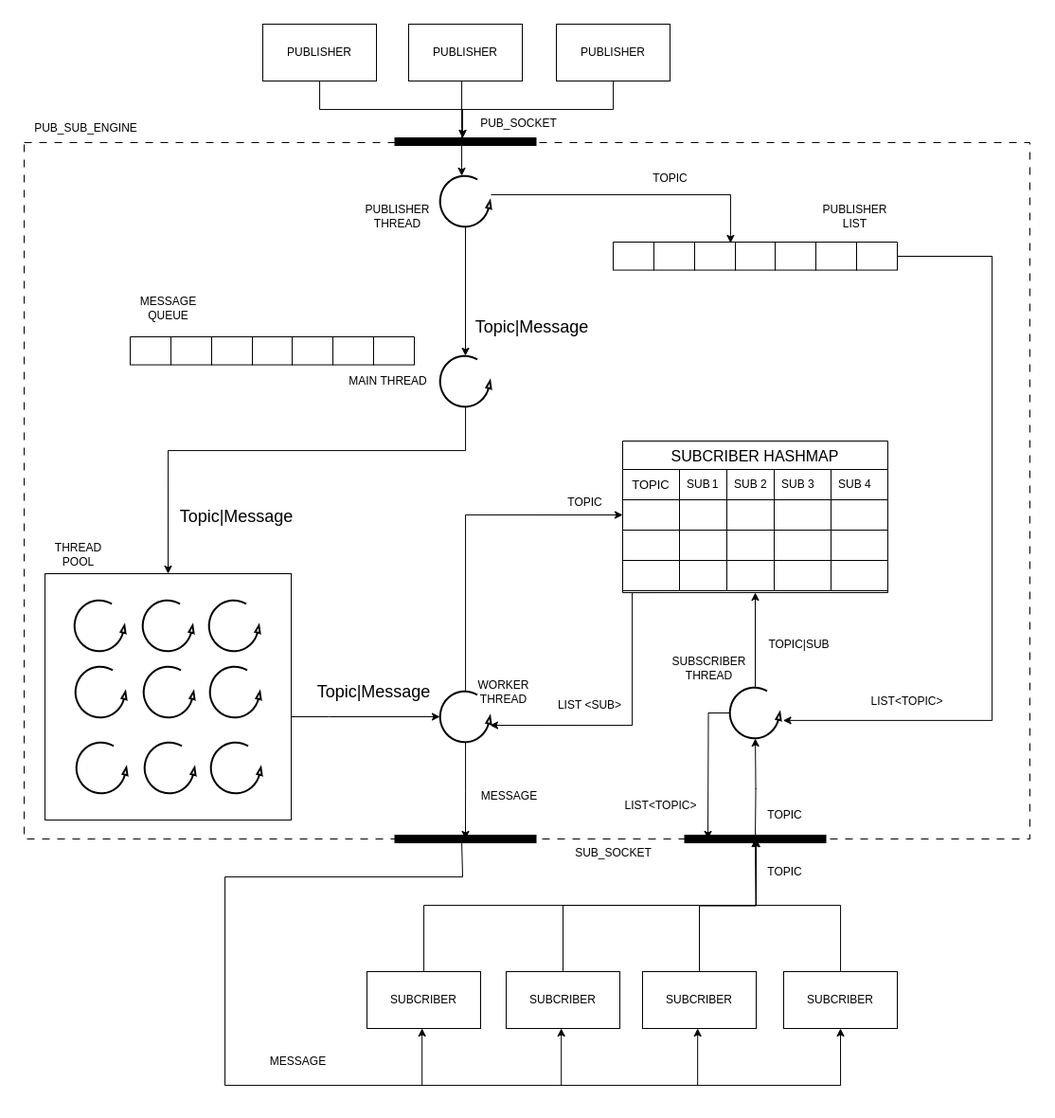
pikacxe/IKPProjekat keeps this draw.io diagram as Documents/Diagram.png. Above is the earlier version. Source tidied: cells renumbered, new cells last; positions are measured from the earlier drawing's top-left corner, leaving out a move shared by most shapes.
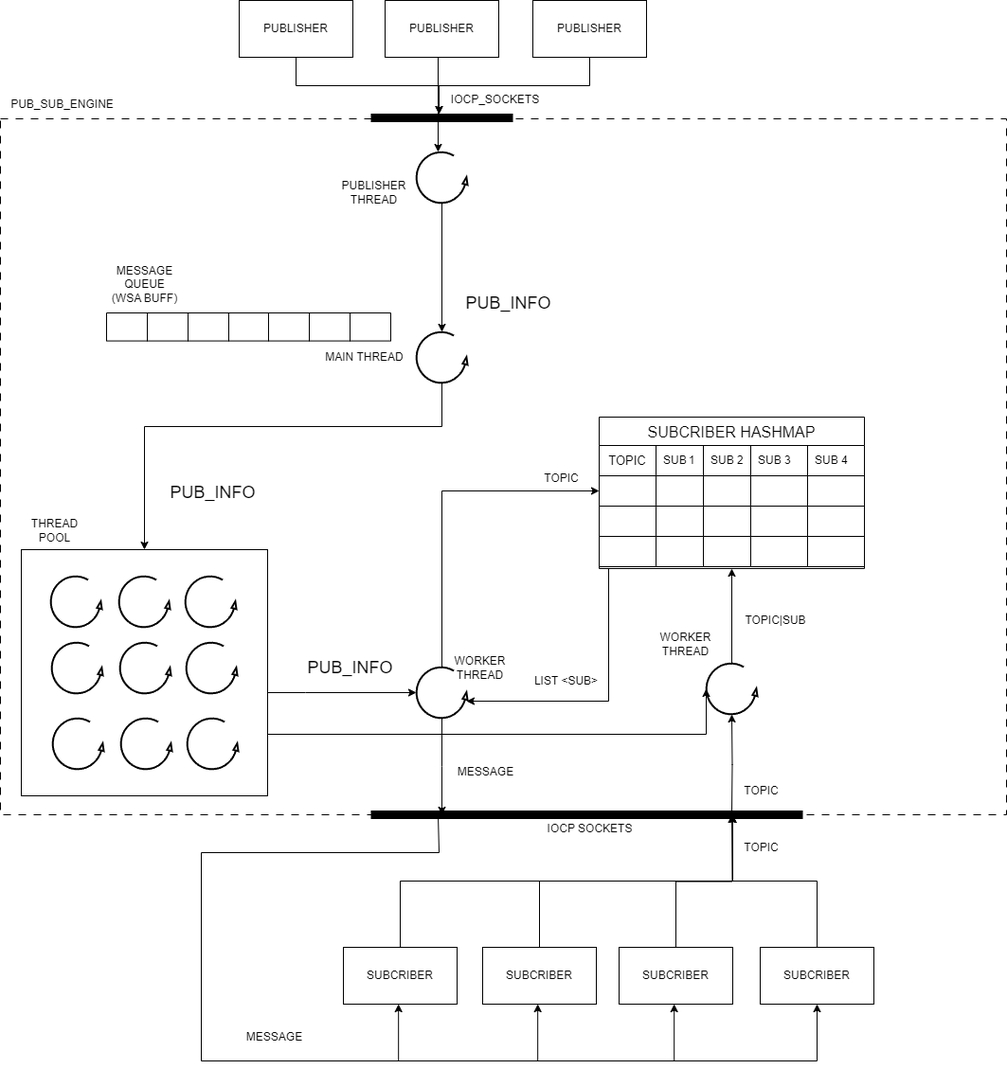
The same file after the commit.

Commit message:
List now cleans head and tail properly. Add updated flow diagram.

The edit, as a diff of the source:
```diff
@@ -62,6 +62,13 @@
         </Array>
       </mxGeometry>
     </mxCell>
+    <mxCell id="117" style="edgeStyle=orthogonalEdgeStyle;rounded=0;jettySize=auto;html=1;exitX=1;exitY=0.75;exitDx=0;exitDy=0;entryX=0;entryY=0.5;entryDx=0;entryDy=0;" parent="1" edge="1" source="14" target="89">
+      <mxGeometry relative="1" as="geometry">
+        <Array as="points">
+          <mxPoint x="745" y="775" />
+        </Array>
+      </mxGeometry>
+    </mxCell>
     <mxCell id="14" style="rounded=0;whiteSpace=wrap;html=1;" parent="1" vertex="1">
       <mxGeometry x="22" y="580" width="260" height="260" as="geometry" />
     </mxCell>
@@ -95,36 +102,6 @@
     <mxCell id="24" style="verticalLabelPosition=bottom;html=1;verticalAlign=top;strokeWidth=2;shape=mxgraph.lean_mapping.physical_pull;" parent="1" vertex="1">
       <mxGeometry x="197" y="758" width="54" height="54" as="geometry" />
     </mxCell>
-    <mxCell id="25" style="shape=table;startSize=0;fontSize=16;" parent="1" vertex="1">
-      <mxGeometry x="622" y="230" width="300" height="29.6" as="geometry" />
-    </mxCell>
-    <mxCell id="26" style="shape=tableRow;horizontal=0;startSize=0;swimlaneHead=0;swimlaneBody=0;strokeColor=inherit;top=0;left=0;bottom=0;right=0;fillColor=none;points=[[0,0.5],[1,0.5]];portConstraint=eastwest;fontSize=16;" parent="25" vertex="1">
-      <mxGeometry width="300" height="30" as="geometry" />
-    </mxCell>
-    <mxCell id="27" style="shape=partialRectangle;html=1;whiteSpace=wrap;strokeColor=inherit;overflow=hidden;fillColor=none;top=0;left=0;bottom=0;right=0;fontSize=16;" parent="26" vertex="1">
-      <mxGeometry width="43" height="30" as="geometry" />
-    </mxCell>
-    <mxCell id="28" style="shape=partialRectangle;html=1;whiteSpace=wrap;strokeColor=inherit;overflow=hidden;fillColor=none;top=0;left=0;bottom=0;right=0;fontSize=16;" parent="26" vertex="1">
-      <mxGeometry x="43" width="43" height="30" as="geometry" />
-    </mxCell>
-    <mxCell id="29" style="shape=partialRectangle;html=1;whiteSpace=wrap;strokeColor=inherit;overflow=hidden;fillColor=none;top=0;left=0;bottom=0;right=0;fontSize=16;" parent="26" vertex="1">
-      <mxGeometry x="86" width="43" height="30" as="geometry" />
-    </mxCell>
-    <mxCell id="30" style="shape=partialRectangle;html=1;whiteSpace=wrap;strokeColor=inherit;overflow=hidden;fillColor=none;top=0;left=0;bottom=0;right=0;fontSize=16;" parent="26" vertex="1">
-      <mxGeometry x="129" width="42" height="30" as="geometry" />
-    </mxCell>
-    <mxCell id="31" style="shape=partialRectangle;html=1;whiteSpace=wrap;strokeColor=inherit;overflow=hidden;fillColor=none;top=0;left=0;bottom=0;right=0;fontSize=16;" parent="26" vertex="1">
-      <mxGeometry x="171" width="43" height="30" as="geometry" />
-    </mxCell>
-    <mxCell id="32" style="shape=partialRectangle;html=1;whiteSpace=wrap;strokeColor=inherit;overflow=hidden;fillColor=none;top=0;left=0;bottom=0;right=0;fontSize=16;" parent="26" vertex="1">
-      <mxGeometry x="214" width="43" height="30" as="geometry" />
-    </mxCell>
-    <mxCell id="33" style="shape=partialRectangle;html=1;whiteSpace=wrap;strokeColor=inherit;overflow=hidden;fillColor=none;top=0;left=0;bottom=0;right=0;fontSize=16;" parent="26" vertex="1">
-      <mxGeometry x="257" width="43" height="30" as="geometry" />
-    </mxCell>
-    <mxCell id="34" value="PUBLISHER&lt;br&gt;LIST" style="text;html=1;align=center;verticalAlign=middle;strokeColor=none;fillColor=none;" parent="1" vertex="1">
-      <mxGeometry x="832" y="183" width="90" height="40" as="geometry" />
-    </mxCell>
     <mxCell id="35" style="edgeStyle=orthogonalEdgeStyle;rounded=0;jettySize=auto;html=1;entryX=0.5;entryY=0;entryDx=0;entryDy=0;" parent="1" edge="1" source="36" target="14">
       <mxGeometry relative="1" as="geometry">
         <Array as="points">
@@ -214,10 +191,10 @@
     <mxCell id="62" value="MAIN THREAD" style="text;html=1;align=center;verticalAlign=middle;strokeColor=none;fillColor=none;" parent="1" vertex="1">
       <mxGeometry x="329" y="362" width="110" height="30" as="geometry" />
     </mxCell>
-    <mxCell id="63" value="&lt;font style=&quot;font-size: 18px;&quot;&gt;Topic|Message&lt;/font&gt;" style="text;html=1;align=center;verticalAlign=middle;strokeColor=none;fillColor=none;" parent="1" vertex="1">
-      <mxGeometry x="466" y="300" width="140" height="40" as="geometry" />
+    <mxCell id="63" value="&lt;font style=&quot;font-size: 18px;&quot;&gt;PUB_INFO&lt;/font&gt;" style="text;html=1;align=center;verticalAlign=middle;strokeColor=none;fillColor=none;" parent="1" vertex="1">
+      <mxGeometry x="481" y="300" width="110" height="40" as="geometry" />
     </mxCell>
-    <mxCell id="64" style="edgeStyle=orthogonalEdgeStyle;rounded=0;jettySize=auto;html=1;entryX=0;entryY=0.5;entryDx=0;entryDy=0;" parent="1" edge="1" source="67" target="x">
+    <mxCell id="64" style="edgeStyle=orthogonalEdgeStyle;rounded=0;jettySize=auto;html=1;entryX=0;entryY=0.5;entryDx=0;entryDy=0;" parent="1" edge="1" source="67">
       <mxGeometry relative="1" as="geometry" />
     </mxCell>
     <mxCell id="65" style="edgeStyle=orthogonalEdgeStyle;rounded=0;jettySize=auto;html=1;" parent="1" edge="1" source="67">
@@ -234,11 +211,11 @@
     <mxCell id="68" value="WORKER&lt;br&gt;THREAD" style="text;html=1;align=center;verticalAlign=middle;strokeColor=none;fillColor=none;" parent="1" vertex="1">
       <mxGeometry x="466" y="685" width="80" height="40" as="geometry" />
     </mxCell>
-    <mxCell id="69" value="&lt;font style=&quot;font-size: 18px;&quot;&gt;Topic|Message&lt;/font&gt;" style="text;html=1;align=center;verticalAlign=middle;strokeColor=none;fillColor=none;" parent="1" vertex="1">
-      <mxGeometry x="154" y="500" width="140" height="40" as="geometry" />
+    <mxCell id="69" value="&lt;font style=&quot;font-size: 18px;&quot;&gt;PUB_INFO&lt;/font&gt;" style="text;html=1;align=center;verticalAlign=middle;strokeColor=none;fillColor=none;" parent="1" vertex="1">
+      <mxGeometry x="169" y="500" width="110" height="40" as="geometry" />
     </mxCell>
-    <mxCell id="70" value="&lt;font style=&quot;font-size: 18px;&quot;&gt;Topic|Message&lt;/font&gt;" style="text;html=1;align=center;verticalAlign=middle;strokeColor=none;fillColor=none;" parent="1" vertex="1">
-      <mxGeometry x="299" y="685" width="140" height="40" as="geometry" />
+    <mxCell id="70" value="&lt;font style=&quot;font-size: 18px;&quot;&gt;PUB_INFO&lt;/font&gt;" style="text;html=1;align=center;verticalAlign=middle;strokeColor=none;fillColor=none;" parent="1" vertex="1">
+      <mxGeometry x="314" y="685" width="110" height="40" as="geometry" />
     </mxCell>
     <mxCell id="71" value="TOPIC" style="text;html=1;align=center;verticalAlign=middle;strokeColor=none;fillColor=none;" parent="1" vertex="1">
       <mxGeometry x="562" y="490" width="60" height="30" as="geometry" />
@@ -252,19 +229,9 @@
     <mxCell id="73" style="endArrow=none;html=1;rounded=0;strokeWidth=9;" parent="1" edge="1">
       <mxGeometry relative="1" as="geometry">
         <mxPoint x="391" y="860" as="sourcePoint" />
-        <mxPoint x="541" y="860" as="targetPoint" />
+        <mxPoint x="702" y="860" as="targetPoint" />
       </mxGeometry>
     </mxCell>
-    <mxCell id="74" style="edgeStyle=orthogonalEdgeStyle;rounded=0;jettySize=auto;html=1;entryX=0.413;entryY=0.033;entryDx=0;entryDy=0;entryPerimeter=0;" parent="1" edge="1" source="7" target="26">
-      <mxGeometry relative="1" as="geometry">
-        <Array as="points">
-          <mxPoint x="746" y="180" />
-        </Array>
-      </mxGeometry>
-    </mxCell>
-    <mxCell id="75" value="TOPIC" style="text;html=1;align=center;verticalAlign=middle;strokeColor=none;fillColor=none;" parent="1" vertex="1">
-      <mxGeometry x="652" y="148" width="60" height="30" as="geometry" />
-    </mxCell>
     <mxCell id="76" style="shape=table;startSize=0;fontSize=16;" parent="1" vertex="1">
       <mxGeometry x="112" y="330" width="300" height="29.6" as="geometry" />
     </mxCell>
@@ -292,8 +259,8 @@
     <mxCell id="84" style="shape=partialRectangle;html=1;whiteSpace=wrap;strokeColor=inherit;overflow=hidden;fillColor=none;top=0;left=0;bottom=0;right=0;fontSize=16;" parent="77" vertex="1">
       <mxGeometry x="257" width="43" height="30" as="geometry" />
     </mxCell>
-    <mxCell id="85" value="MESSAGE&lt;br&gt;QUEUE" style="text;html=1;align=center;verticalAlign=middle;strokeColor=none;fillColor=none;" parent="1" vertex="1">
-      <mxGeometry x="112" y="280" width="80" height="40" as="geometry" />
+    <mxCell id="85" value="MESSAGE&lt;br&gt;QUEUE&lt;br&gt;(WSA BUFF)" style="text;html=1;align=center;verticalAlign=middle;strokeColor=none;fillColor=none;" parent="1" vertex="1">
+      <mxGeometry x="107" y="270" width="90" height="60" as="geometry" />
     </mxCell>
     <mxCell id="86" style="edgeStyle=orthogonalEdgeStyle;rounded=0;jettySize=auto;html=1;" parent="1" edge="1" target="89">
       <mxGeometry relative="1" as="geometry">
@@ -303,19 +270,14 @@
     <mxCell id="87" style="edgeStyle=orthogonalEdgeStyle;rounded=0;jettySize=auto;html=1;entryX=0.5;entryY=1;entryDx=0;entryDy=0;" parent="1" edge="1" source="89" target="37">
       <mxGeometry relative="1" as="geometry" />
     </mxCell>
-    <mxCell id="88" style="edgeStyle=orthogonalEdgeStyle;rounded=0;jettySize=auto;html=1;" parent="1" edge="1" source="89">
-      <mxGeometry relative="1" as="geometry">
-        <mxPoint x="722" y="860" as="targetPoint" />
-      </mxGeometry>
-    </mxCell>
     <mxCell id="89" style="verticalLabelPosition=bottom;html=1;verticalAlign=top;strokeWidth=2;shape=mxgraph.lean_mapping.physical_pull;" parent="1" vertex="1">
       <mxGeometry x="745" y="700" width="54" height="54" as="geometry" />
     </mxCell>
-    <mxCell id="90" style="edgeStyle=orthogonalEdgeStyle;rounded=0;jettySize=auto;html=1;entryX=0.501;entryY=1.002;entryDx=0;entryDy=0;entryPerimeter=0;" parent="1" edge="1" source="89" target="x">
+    <mxCell id="90" style="edgeStyle=orthogonalEdgeStyle;rounded=0;jettySize=auto;html=1;entryX=0.501;entryY=1.002;entryDx=0;entryDy=0;entryPerimeter=0;" parent="1" edge="1" source="89">
       <mxGeometry relative="1" as="geometry" />
     </mxCell>
-    <mxCell id="91" value="SUBSCRIBER&lt;br&gt;THREAD" style="text;html=1;align=center;verticalAlign=middle;strokeColor=none;fillColor=none;" parent="1" vertex="1">
-      <mxGeometry x="673" y="660" width="100" height="40" as="geometry" />
+    <mxCell id="91" value="WORKER&lt;br&gt;THREAD" style="text;html=1;align=center;verticalAlign=middle;strokeColor=none;fillColor=none;" parent="1" vertex="1">
+      <mxGeometry x="683" y="660" width="80" height="40" as="geometry" />
     </mxCell>
     <mxCell id="92" style="edgeStyle=orthogonalEdgeStyle;rounded=0;jettySize=auto;html=1;" parent="1" edge="1" source="94">
       <mxGeometry relative="1" as="geometry">
@@ -427,25 +389,11 @@
     <mxCell id="111" value="MESSAGE" style="text;html=1;align=center;verticalAlign=middle;strokeColor=none;fillColor=none;" parent="1" vertex="1">
       <mxGeometry x="249" y="1080" width="80" height="30" as="geometry" />
     </mxCell>
-    <mxCell id="112" style="edgeStyle=orthogonalEdgeStyle;rounded=0;jettySize=auto;html=1;entryX=1.046;entryY=0.646;entryDx=0;entryDy=0;entryPerimeter=0;" parent="1" edge="1" source="26" target="89">
-      <mxGeometry relative="1" as="geometry">
-        <Array as="points">
-          <mxPoint x="1022" y="245" />
-          <mxPoint x="1022" y="735" />
-        </Array>
-      </mxGeometry>
-    </mxCell>
-    <mxCell id="113" value="LIST&amp;lt;TOPIC&amp;gt;" style="text;html=1;align=center;verticalAlign=middle;strokeColor=none;fillColor=none;" parent="1" vertex="1">
-      <mxGeometry x="882" y="700" width="100" height="30" as="geometry" />
-    </mxCell>
-    <mxCell id="114" value="LIST&amp;lt;TOPIC&amp;gt;" style="text;html=1;align=center;verticalAlign=middle;strokeColor=none;fillColor=none;" parent="1" vertex="1">
-      <mxGeometry x="622" y="810" width="100" height="30" as="geometry" />
-    </mxCell>
-    <mxCell id="115" value="SUB_SOCKET" style="text;html=1;align=center;verticalAlign=middle;strokeColor=none;fillColor=none;" parent="1" vertex="1">
-      <mxGeometry x="572" y="860" width="100" height="30" as="geometry" />
+    <mxCell id="115" value="IOCP SOCKETS" style="text;html=1;align=center;verticalAlign=middle;strokeColor=none;fillColor=none;" parent="1" vertex="1">
+      <mxGeometry x="567" y="860" width="110" height="30" as="geometry" />
     </mxCell>
-    <mxCell id="116" value="PUB_SOCKET" style="text;html=1;align=center;verticalAlign=middle;strokeColor=none;fillColor=none;" parent="1" vertex="1">
-      <mxGeometry x="472" y="90" width="100" height="30" as="geometry" />
+    <mxCell id="116" value="IOCP_SOCKETS" style="text;html=1;align=center;verticalAlign=middle;strokeColor=none;fillColor=none;" parent="1" vertex="1">
+      <mxGeometry x="462" y="90" width="120" height="30" as="geometry" />
     </mxCell>
   </root>
 </mxGraphModel>
```
